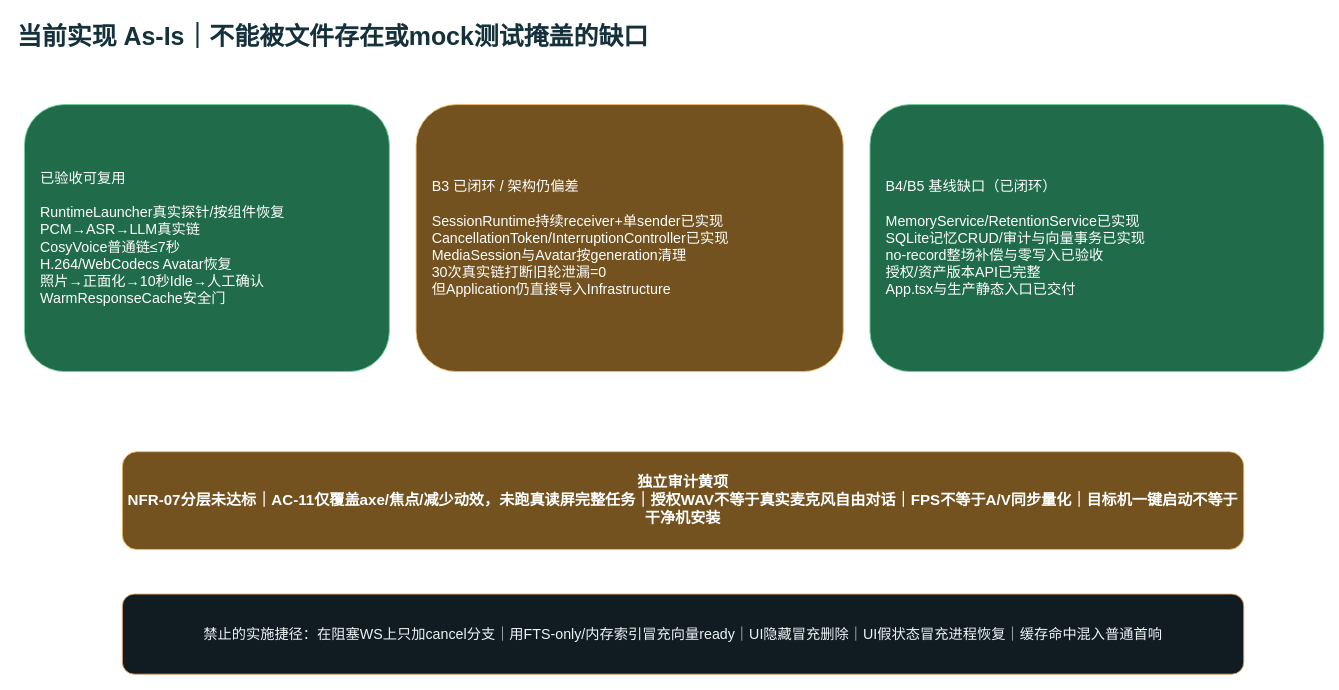
Above: page "02-当前实现与真实缺口" (2 of 8) of docs/cyberWife-b3-b5-delivery-gap.drawio in ljx418/cyberWife (draw.io), before the change. Source tidied: cells renumbered, new cells numbered last; positions are measured from the earlier drawing's top-left corner, leaving out a move shared by most shapes. Both pictures are drawn from the tidied source at 89%, with x=0, y=0 at pixel (15, 15).
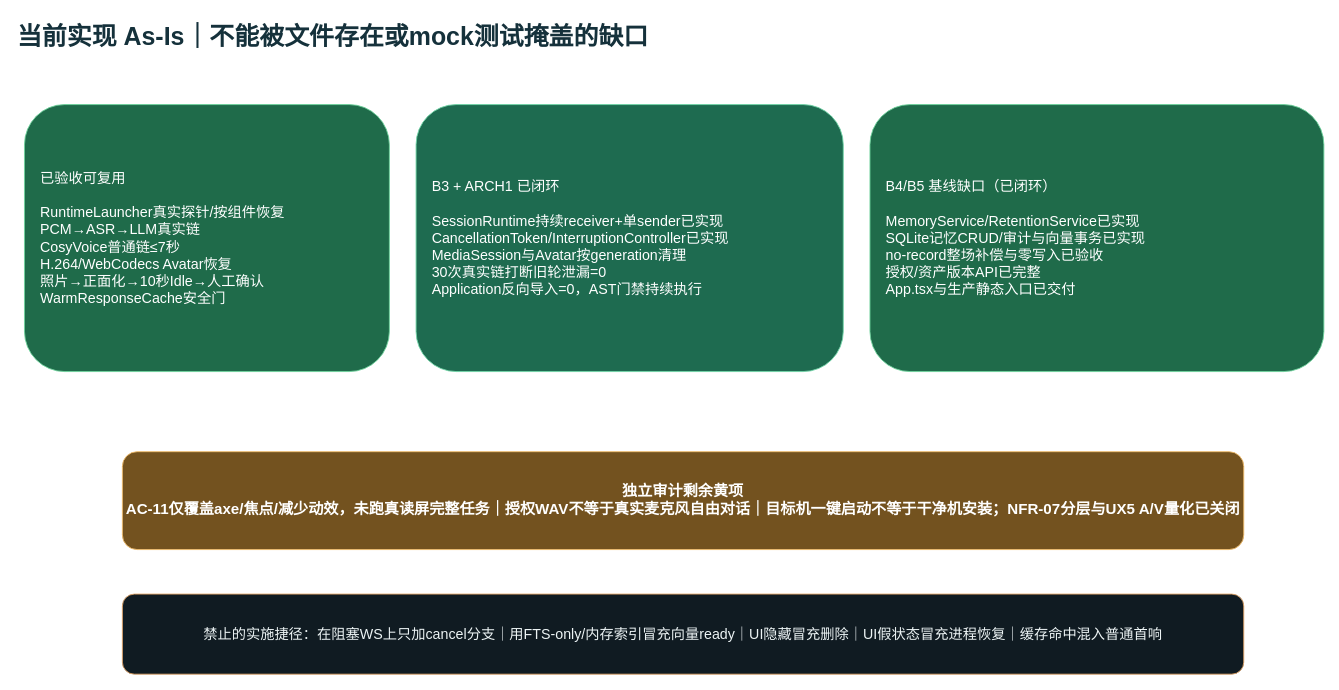
The same page after the edit.

What changed in the source:
```diff
@@
 <mxGraphModel>
   <root>
     <mxCell id="0" />
     <mxCell id="1" parent="0" />
     <mxCell id="2" value="当前实现 As-Is｜不能被文件存在或mock测试掩盖的缺口" style="text;html=1;fontSize=28;fontStyle=1;fontColor=#15313B;" parent="1" vertex="1">
       <mxGeometry width="1300" height="50" as="geometry" />
     </mxCell>
     <mxCell id="3" value="已验收可复用&#10;&#10;RuntimeLauncher真实探针/按组件恢复&#10;PCM→ASR→LLM真实链&#10;CosyVoice普通链≤7秒&#10;H.264/WebCodecs Avatar恢复&#10;照片→正面化→10秒Idle→人工确认&#10;WarmResponseCache安全门" style="rounded=1;html=1;whiteSpace=wrap;fillColor=#1F6B4A;strokeColor=#6ED39C;fontColor=#FFFFFF;align=left;spacing=18;fontSize=16;" parent="1" vertex="1">
       <mxGeometry x="10" y="100" width="410" height="300" as="geometry" />
     </mxCell>
-    <mxCell id="4" value="B3 已闭环 / 架构仍偏差&#10;&#10;SessionRuntime持续receiver+单sender已实现&#10;CancellationToken/InterruptionController已实现&#10;MediaSession与Avatar按generation清理&#10;30次真实链打断旧轮泄漏=0&#10;但Application仍直接导入Infrastructure" style="rounded=1;html=1;whiteSpace=wrap;fillColor=#73521F;strokeColor=#F2BD6B;fontColor=#FFFFFF;align=left;spacing=18;fontSize=16;" parent="1" vertex="1">
+    <mxCell id="4" value="B3 + ARCH1 已闭环&#10;&#10;SessionRuntime持续receiver+单sender已实现&#10;CancellationToken/InterruptionController已实现&#10;MediaSession与Avatar按generation清理&#10;30次真实链打断旧轮泄漏=0&#10;Application反向导入=0，AST门禁持续执行" style="rounded=1;html=1;whiteSpace=wrap;fillColor=#1E6B50;strokeColor=#70D6A7;fontColor=#FFFFFF;align=left;spacing=18;fontSize=16;" parent="1" vertex="1">
       <mxGeometry x="450" y="100" width="480" height="300" as="geometry" />
     </mxCell>
     <mxCell id="5" value="B4/B5 基线缺口（已闭环）&#10;&#10;MemoryService/RetentionService已实现&#10;SQLite记忆CRUD/审计与向量事务已实现&#10;no-record整场补偿与零写入已验收&#10;授权/资产版本API已完整&#10;App.tsx与生产静态入口已交付" style="rounded=1;html=1;whiteSpace=wrap;fillColor=#1F6B4A;strokeColor=#6ED39C;fontColor=#FFFFFF;align=left;spacing=18;fontSize=16;" parent="1" vertex="1">
       <mxGeometry x="960" y="100" width="510" height="300" as="geometry" />
     </mxCell>
-    <mxCell id="6" value="独立审计黄项&#10;NFR-07分层未达标｜AC-11仅覆盖axe/焦点/减少动效，未跑真读屏完整任务｜授权WAV不等于真实麦克风自由对话｜FPS不等于A/V同步量化｜目标机一键启动不等于干净机安装" style="rounded=1;html=1;whiteSpace=wrap;fillColor=#73521F;strokeColor=#F2BD6B;fontColor=#FFFFFF;fontStyle=1;fontSize=17;" parent="1" vertex="1">
+    <mxCell id="6" value="独立审计剩余黄项&#10;AC-11仅覆盖axe/焦点/减少动效，未跑真读屏完整任务｜授权WAV不等于真实麦克风自由对话｜目标机一键启动不等于干净机安装；NFR-07分层与UX5 A/V量化已关闭" style="rounded=1;html=1;whiteSpace=wrap;fillColor=#73521F;strokeColor=#F2BD6B;fontColor=#FFFFFF;fontStyle=1;fontSize=17;" parent="1" vertex="1">
       <mxGeometry x="120" y="490" width="1260" height="110" as="geometry" />
     </mxCell>
     <mxCell id="7" value="禁止的实施捷径：在阻塞WS上只加cancel分支｜用FTS-only/内存索引冒充向量ready｜UI隐藏冒充删除｜UI假状态冒充进程恢复｜缓存命中混入普通首响" style="rounded=1;html=1;whiteSpace=wrap;fillColor=#101B22;strokeColor=#E4A668;fontColor=#EDF4F5;fontSize=16;" parent="1" vertex="1">
       <mxGeometry x="120" y="650" width="1260" height="90" as="geometry" />
     </mxCell>
   </root>
 </mxGraphModel>
```
